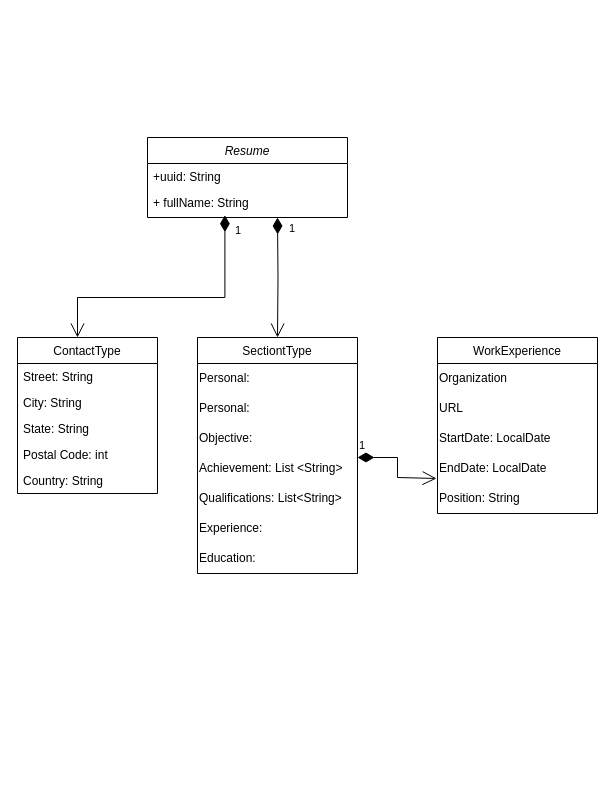
sergr972/basejava keeps this draw.io diagram as Resume.drawio. Above is the earlier version. Source tidied: cells renumbered, new cells numbered last; positions are measured from the earlier drawing's top-left corner, leaving out a move shared by most shapes. Both pictures are drawn from the tidied source at 100%, with x=0, y=0 at pixel (17, 137).
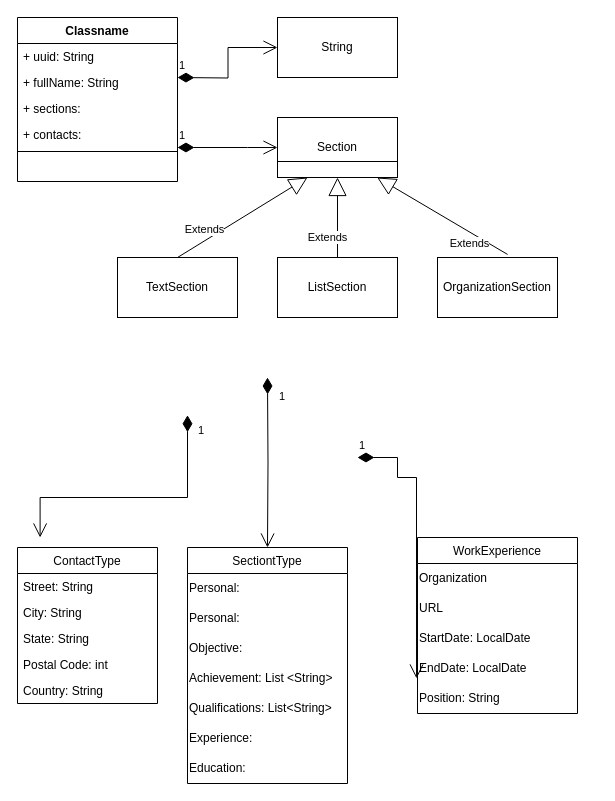
The same page after the edit.

Change to the diagram source:
```diff
@@
-    <mxCell id="2" value="Resume" style="swimlane;fontStyle=2;align=center;verticalAlign=top;horizontal=1;startSize=26;rounded=0;shadow=0;strokeWidth=1;" parent="1" vertex="1">
-      <mxGeometry x="130" width="200" height="80" as="geometry" />
-    </mxCell>
-    <mxCell id="3" value="+uuid: String&#10;" style="text;align=left;verticalAlign=top;spacingLeft=4;spacingRight=4;overflow=hidden;" parent="2" vertex="1">
-      <mxGeometry y="26" width="200" height="26" as="geometry" />
-    </mxCell>
-    <mxCell id="4" value="+ fullName: String&#10;" style="text;align=left;verticalAlign=top;spacingLeft=4;spacingRight=4;overflow=hidden;rounded=0;shadow=0;html=0;" parent="2" vertex="1">
-      <mxGeometry y="52" width="200" height="26" as="geometry" />
-    </mxCell>
     <mxCell id="5" value="ContactType" style="swimlane;fontStyle=0;align=center;verticalAlign=top;horizontal=1;startSize=26;rounded=0;shadow=0;strokeWidth=1;" parent="1" vertex="1">
-      <mxGeometry y="200" width="140" height="156" as="geometry" />
+      <mxGeometry y="410" width="140" height="156" as="geometry" />
     </mxCell>
@@
     <mxCell id="11" value="SectiontType" style="swimlane;fontStyle=0;align=center;verticalAlign=top;horizontal=1;startSize=26;rounded=0;shadow=0;strokeWidth=1;" parent="1" vertex="1">
-      <mxGeometry x="180" y="200" width="160" height="236" as="geometry" />
+      <mxGeometry x="170" y="410" width="160" height="236" as="geometry" />
     </mxCell>
@@
     <mxCell id="19" value="WorkExperience" style="swimlane;fontStyle=0;align=center;verticalAlign=top;horizontal=1;startSize=26;rounded=0;shadow=0;strokeWidth=1;" parent="1" vertex="1">
-      <mxGeometry x="420" y="200" width="160" height="176" as="geometry" />
+      <mxGeometry x="400" y="400" width="160" height="176" as="geometry" />
     </mxCell>
@@
     <mxCell id="25" value="1" style="endArrow=open;html=1;endSize=12;startArrow=diamondThin;startSize=14;startFill=1;edgeStyle=orthogonalEdgeStyle;align=left;verticalAlign=bottom;rounded=0;entryX=0.5;entryY=0;entryDx=0;entryDy=0;" parent="1" edge="1" target="11">
       <mxGeometry x="-0.67" y="10" relative="1" as="geometry">
-        <mxPoint x="260" y="80" as="sourcePoint" />
+        <mxPoint x="250" y="240" as="sourcePoint" />
       </mxGeometry>
     </mxCell>
     <mxCell id="26" value="1" style="endArrow=open;html=1;endSize=12;startArrow=diamondThin;startSize=14;startFill=1;edgeStyle=orthogonalEdgeStyle;align=left;verticalAlign=bottom;rounded=0;exitX=0.337;exitY=1.057;exitDx=0;exitDy=0;exitPerimeter=0;" parent="1" edge="1">
       <mxGeometry x="-0.82" y="9" relative="1" as="geometry">
-        <mxPoint x="207.4" y="77.7" as="sourcePoint" />
-        <mxPoint x="60" y="200" as="targetPoint" />
+        <mxPoint x="170" y="277.7" as="sourcePoint" />
+        <mxPoint x="22.6" y="400" as="targetPoint" />
         <Array as="points">
-          <mxPoint x="207" y="160" />
-          <mxPoint x="60" y="160" />
+          <mxPoint x="169.6" y="360" />
+          <mxPoint x="22.6" y="360" />
         </Array>
       </mxGeometry>
     </mxCell>
@@
+    <mxCell id="28" value="Classname" style="swimlane;fontStyle=1;align=center;verticalAlign=top;horizontal=1;startSize=26;" parent="1" vertex="1">
+      <mxGeometry y="-120" width="160" height="164" as="geometry" />
+    </mxCell>
+    <mxCell id="29" value="+ uuid: String" style="text;strokeColor=none;fillColor=none;align=left;verticalAlign=top;spacingLeft=4;spacingRight=4;overflow=hidden;" parent="28" vertex="1">
+      <mxGeometry y="26" width="160" height="26" as="geometry" />
+    </mxCell>
+    <mxCell id="4" value="+ fullName: String" style="text;strokeColor=none;fillColor=none;align=left;verticalAlign=top;spacingLeft=4;spacingRight=4;overflow=hidden;" parent="28" vertex="1">
+      <mxGeometry y="52" width="160" height="26" as="geometry" />
+    </mxCell>
+    <mxCell id="30" value="+ sections: " style="text;strokeColor=none;fillColor=none;align=left;verticalAlign=top;spacingLeft=4;spacingRight=4;overflow=hidden;" parent="28" vertex="1">
+      <mxGeometry y="78" width="160" height="26" as="geometry" />
+    </mxCell>
+    <mxCell id="31" value="+ contacts: " style="text;strokeColor=none;fillColor=none;align=left;verticalAlign=top;spacingLeft=4;spacingRight=4;overflow=hidden;" parent="28" vertex="1">
+      <mxGeometry y="104" width="160" height="26" as="geometry" />
+    </mxCell>
+    <mxCell id="32" style="line;strokeWidth=1;fillColor=none;align=left;verticalAlign=middle;spacingTop=-1;spacingLeft=3;spacingRight=3;labelPosition=right;strokeColor=inherit;" parent="28" vertex="1">
+      <mxGeometry y="130" width="160" height="8" as="geometry" />
+    </mxCell>
+    <mxCell id="33" value="   " style="text;strokeColor=none;fillColor=none;align=left;verticalAlign=top;spacingLeft=4;spacingRight=4;overflow=hidden;" parent="28" vertex="1">
+      <mxGeometry y="138" width="160" height="26" as="geometry" />
+    </mxCell>
+    <mxCell id="34" value="String" style="whiteSpace=wrap;html=1;" parent="1" vertex="1">
+      <mxGeometry x="260" y="-120" width="120" height="60" as="geometry" />
+    </mxCell>
+    <mxCell id="35" value="Section" style="whiteSpace=wrap;html=1;" parent="1" vertex="1">
+      <mxGeometry x="260" y="-20" width="120" height="60" as="geometry" />
+    </mxCell>
+    <mxCell id="36" style="line;strokeWidth=1;fillColor=none;align=left;verticalAlign=middle;spacingTop=-1;spacingLeft=3;spacingRight=3;labelPosition=right;strokeColor=inherit;" parent="1" vertex="1">
+      <mxGeometry x="260" y="20" width="120" height="8" as="geometry" />
+    </mxCell>
+    <mxCell id="37" value="1" style="endArrow=open;html=1;endSize=12;startArrow=diamondThin;startSize=14;startFill=1;edgeStyle=orthogonalEdgeStyle;align=left;verticalAlign=bottom;rounded=0;" parent="1" edge="1" target="34">
+      <mxGeometry x="-1" y="3" relative="1" as="geometry">
+        <mxPoint x="160" y="-60" as="sourcePoint" />
+      </mxGeometry>
+    </mxCell>
+    <mxCell id="38" value="1" style="endArrow=open;html=1;endSize=12;startArrow=diamondThin;startSize=14;startFill=1;edgeStyle=orthogonalEdgeStyle;align=left;verticalAlign=bottom;rounded=0;entryX=0;entryY=0.5;entryDx=0;entryDy=0;" parent="1" edge="1" target="35">
+      <mxGeometry x="-1" y="3" relative="1" as="geometry">
+        <mxPoint x="160" y="10" as="sourcePoint" />
+        <Array as="points">
+          <mxPoint x="230" y="10" />
+          <mxPoint x="230" y="10" />
+        </Array>
+      </mxGeometry>
+    </mxCell>
+    <mxCell id="39" value="TextSection" style="rounded=0;whiteSpace=wrap;html=1;" parent="1" vertex="1">
+      <mxGeometry x="100" y="120" width="120" height="60" as="geometry" />
+    </mxCell>
+    <mxCell id="40" value="ListSection" style="rounded=0;whiteSpace=wrap;html=1;" parent="1" vertex="1">
+      <mxGeometry x="260" y="120" width="120" height="60" as="geometry" />
+    </mxCell>
+    <mxCell id="41" value="OrganizationSection" style="rounded=0;whiteSpace=wrap;html=1;" parent="1" vertex="1">
+      <mxGeometry x="420" y="120" width="120" height="60" as="geometry" />
+    </mxCell>
+    <mxCell id="42" value="Extends" style="endArrow=block;endSize=16;endFill=0;html=1;rounded=0;exitX=0.5;exitY=0;exitDx=0;exitDy=0;" parent="1" edge="1" source="39">
+      <mxGeometry x="-0.5" y="10" relative="1" as="geometry">
+        <mxPoint x="290" y="40" as="targetPoint" />
+      </mxGeometry>
+    </mxCell>
+    <mxCell id="43" value="Extends" style="endArrow=block;endSize=16;endFill=0;html=1;rounded=0;entryX=0.5;entryY=1;entryDx=0;entryDy=0;exitX=0.5;exitY=0;exitDx=0;exitDy=0;" parent="1" edge="1" source="40" target="35">
+      <mxGeometry x="-0.5" y="10" relative="1" as="geometry" />
+    </mxCell>
+    <mxCell id="44" value="Extends" style="endArrow=block;endSize=16;endFill=0;html=1;rounded=0;entryX=0.831;entryY=1;entryDx=0;entryDy=0;exitX=0.584;exitY=-0.051;exitDx=0;exitDy=0;exitPerimeter=0;entryPerimeter=0;" parent="1" edge="1" source="41" target="35">
+      <mxGeometry x="-0.5" y="10" relative="1" as="geometry" />
+    </mxCell>
```
